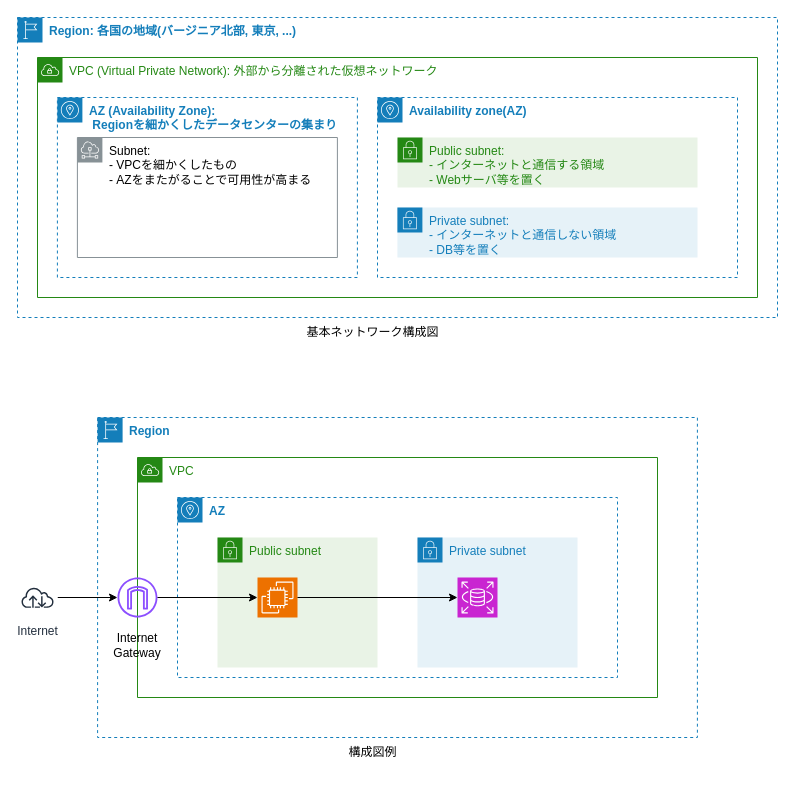
Gunj0/engineer-memo keeps this draw.io diagram as 40_Cloud/AWS/08_ネットワーク図.dio. Above is the earlier version. Source tidied: cells renumbered, new cells numbered last; positions are measured from the earlier drawing's top-left corner, leaving out a move shared by most shapes. Both pictures are drawn from the tidied source at 100%, with x=0, y=0 at pixel (17, 17).
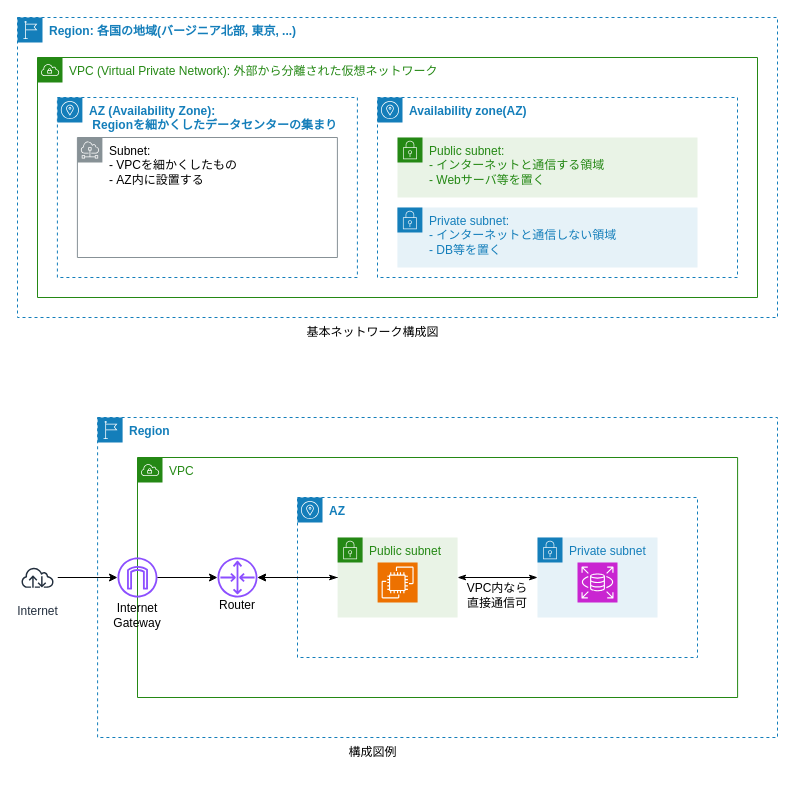
Above is the later version.

The change refers to these unchanged cells:
```xml
<mxCell id="15" value="&lt;font color=&quot;#248814&quot;&gt;VPC (Virtual Private Network): 外部から分離された仮想ネットワーク&lt;/font&gt;" style="gradientColor=none;html=1;whiteSpace=wrap;fontSize=12;fontStyle=0;shape=mxgraph.aws4.group;grIcon=mxgraph.aws4.group_vpc;strokeColor=#248814;fillColor=none;verticalAlign=top;align=left;spacingLeft=30;fontColor=#AAB7B8;dashed=0;" parent="14" vertex="1">
  <mxGeometry x="20" y="40" width="720" height="240" as="geometry" />
</mxCell>
```

Change to the diagram source:
```diff
@@
-    <mxCell id="2" style="edgeStyle=none;html=1;fontColor=#000;" parent="1" edge="1" source="21" target="12">
-      <mxGeometry relative="1" as="geometry" />
-    </mxCell>
     <mxCell id="3" value="Region" style="gradientColor=none;html=1;whiteSpace=wrap;fontSize=12;fontStyle=1;shape=mxgraph.aws4.group;grIcon=mxgraph.aws4.group_region;strokeColor=#147EBA;fillColor=none;verticalAlign=top;align=left;spacingLeft=30;fontColor=#147EBA;dashed=1;" parent="1" vertex="1">
-      <mxGeometry x="80.1" y="400" width="599.8" height="320" as="geometry" />
+      <mxGeometry x="80.1" y="400" width="679.9" height="320" as="geometry" />
     </mxCell>
     <mxCell id="4" value="&lt;font color=&quot;#248814&quot;&gt;VPC&lt;/font&gt;" style="gradientColor=none;html=1;whiteSpace=wrap;fontSize=12;fontStyle=0;shape=mxgraph.aws4.group;grIcon=mxgraph.aws4.group_vpc;strokeColor=#248814;fillColor=none;verticalAlign=top;align=left;spacingLeft=30;fontColor=#AAB7B8;dashed=0;" parent="3" vertex="1">
-      <mxGeometry x="39.9" y="40" width="520" height="240" as="geometry" />
+      <mxGeometry x="39.9" y="40" width="600.1" height="240" as="geometry" />
     </mxCell>
     <mxCell id="5" value="&lt;font color=&quot;#147eba&quot;&gt;AZ&lt;/font&gt;" style="sketch=0;gradientColor=none;html=1;whiteSpace=wrap;fontSize=12;fontStyle=1;shape=mxgraph.aws4.group;grIcon=mxgraph.aws4.group_availability_zone;strokeColor=#147EBA;fillColor=none;verticalAlign=top;align=left;spacingLeft=30;fontColor=#545B64;dashed=1;" parent="4" vertex="1">
-      <mxGeometry x="40" y="40" width="440" height="180" as="geometry" />
+      <mxGeometry x="160" y="40" width="400" height="160" as="geometry" />
     </mxCell>
     <mxCell id="6" value="Private subnet" style="points=[[0,0],[0.25,0],[0.5,0],[0.75,0],[1,0],[1,0.25],[1,0.5],[1,0.75],[1,1],[0.75,1],[0.5,1],[0.25,1],[0,1],[0,0.75],[0,0.5],[0,0.25]];outlineConnect=0;gradientColor=none;html=1;whiteSpace=wrap;fontSize=12;fontStyle=0;shape=mxgraph.aws4.group;grIcon=mxgraph.aws4.group_security_group;grStroke=0;strokeColor=#147EBA;fillColor=#E6F2F8;verticalAlign=top;align=left;spacingLeft=30;fontColor=#147EBA;dashed=0;" parent="4" vertex="1">
-      <mxGeometry x="280" y="80" width="160" height="130" as="geometry" />
+      <mxGeometry x="400" y="80" width="120" height="80" as="geometry" />
     </mxCell>
     <mxCell id="7" value="Public subnet" style="points=[[0,0],[0.25,0],[0.5,0],[0.75,0],[1,0],[1,0.25],[1,0.5],[1,0.75],[1,1],[0.75,1],[0.5,1],[0.25,1],[0,1],[0,0.75],[0,0.5],[0,0.25]];outlineConnect=0;gradientColor=none;html=1;whiteSpace=wrap;fontSize=12;fontStyle=0;shape=mxgraph.aws4.group;grIcon=mxgraph.aws4.group_security_group;grStroke=0;strokeColor=#248814;fillColor=#E9F3E6;verticalAlign=top;align=left;spacingLeft=30;fontColor=#248814;dashed=0;" parent="4" vertex="1">
-      <mxGeometry x="80" y="80" width="160" height="130" as="geometry" />
+      <mxGeometry x="200.1" y="80" width="120" height="80" as="geometry" />
     </mxCell>
+    <mxCell id="9" style="edgeStyle=none;html=1;fontColor=#000;startArrow=classicThin;startFill=1;endArrow=classicThin;endFill=1;" parent="4" edge="1" source="7" target="6">
+      <mxGeometry relative="1" as="geometry" />
+    </mxCell>
+    <mxCell id="24" style="edgeStyle=none;html=1;fontColor=#000;" parent="4" edge="1" source="7" target="25">
+      <mxGeometry relative="1" as="geometry" />
+    </mxCell>
+    <mxCell id="25" style="sketch=0;outlineConnect=0;fontColor=#232F3E;gradientColor=none;fillColor=#8C4FFF;strokeColor=none;dashed=0;verticalLabelPosition=bottom;verticalAlign=top;align=center;html=1;fontSize=12;fontStyle=0;shape=mxgraph.aws4.router;" parent="4" vertex="1">
+      <mxGeometry x="80" y="100" width="40" height="40" as="geometry" />
+    </mxCell>
+    <mxCell id="13" style="edgeStyle=none;html=1;fontColor=#000;startArrow=classicThin;startFill=1;endArrow=classicThin;endFill=1;" parent="4" edge="1" source="25" target="7">
+      <mxGeometry relative="1" as="geometry" />
+    </mxCell>
+    <mxCell id="26" value="&lt;font color=&quot;#000000&quot;&gt;Router&lt;/font&gt;" style="rounded=0;whiteSpace=wrap;html=1;strokeColor=none;fontColor=#248814;fillColor=none;" parent="4" vertex="1">
+      <mxGeometry x="60" y="130" width="80" height="35" as="geometry" />
+    </mxCell>
-    <mxCell id="8" style="sketch=0;points=[[0,0,0],[0.25,0,0],[0.5,0,0],[0.75,0,0],[1,0,0],[0,1,0],[0.25,1,0],[0.5,1,0],[0.75,1,0],[1,1,0],[0,0.25,0],[0,0.5,0],[0,0.75,0],[1,0.25,0],[1,0.5,0],[1,0.75,0]];outlineConnect=0;fontColor=#232F3E;fillColor=#ED7100;strokeColor=#ffffff;dashed=0;verticalLabelPosition=bottom;verticalAlign=top;align=center;html=1;fontSize=12;fontStyle=0;shape=mxgraph.aws4.resourceIcon;resIcon=mxgraph.aws4.ec2;" parent="7" vertex="1">
-      <mxGeometry x="40" y="40" width="40" height="40" as="geometry" />
+    <mxCell id="8" style="sketch=0;points=[[0,0,0],[0.25,0,0],[0.5,0,0],[0.75,0,0],[1,0,0],[0,1,0],[0.25,1,0],[0.5,1,0],[0.75,1,0],[1,1,0],[0,0.25,0],[0,0.5,0],[0,0.75,0],[1,0.25,0],[1,0.5,0],[1,0.75,0]];outlineConnect=0;fontColor=#232F3E;fillColor=#ED7100;strokeColor=#ffffff;dashed=0;verticalLabelPosition=bottom;verticalAlign=top;align=center;html=1;fontSize=12;fontStyle=0;shape=mxgraph.aws4.resourceIcon;resIcon=mxgraph.aws4.ec2;" parent="4" vertex="1">
+      <mxGeometry x="240.1" y="105" width="40" height="40" as="geometry" />
     </mxCell>
-    <mxCell id="9" style="edgeStyle=none;html=1;exitX=1;exitY=0.5;exitDx=0;exitDy=0;fontColor=#000;exitPerimeter=0;entryX=0;entryY=0.5;entryDx=0;entryDy=0;entryPerimeter=0;" parent="4" edge="1" source="8" target="11">
-      <mxGeometry relative="1" as="geometry" />
-    </mxCell>
+    <mxCell id="11" style="sketch=0;points=[[0,0,0],[0.25,0,0],[0.5,0,0],[0.75,0,0],[1,0,0],[0,1,0],[0.25,1,0],[0.5,1,0],[0.75,1,0],[1,1,0],[0,0.25,0],[0,0.5,0],[0,0.75,0],[1,0.25,0],[1,0.5,0],[1,0.75,0]];outlineConnect=0;fontColor=#232F3E;fillColor=#C925D1;strokeColor=#ffffff;dashed=0;verticalLabelPosition=bottom;verticalAlign=top;align=center;html=1;fontSize=12;fontStyle=0;shape=mxgraph.aws4.resourceIcon;resIcon=mxgraph.aws4.rds;" parent="4" vertex="1">
+      <mxGeometry x="440" y="105" width="40" height="40" as="geometry" />
+    </mxCell>
+    <mxCell id="27" value="&lt;div&gt;&lt;font color=&quot;#000000&quot;&gt;VPC内なら&lt;/font&gt;&lt;/div&gt;&lt;font color=&quot;#000000&quot;&gt;直接通信可&lt;/font&gt;" style="rounded=0;whiteSpace=wrap;html=1;strokeColor=none;fontColor=#248814;fillColor=none;" parent="4" vertex="1">
+      <mxGeometry x="320.1" y="120" width="80" height="35" as="geometry" />
+    </mxCell>
+    <mxCell id="2" style="edgeStyle=none;html=1;fontColor=#000;" parent="4" edge="1" source="21" target="12">
+      <mxGeometry relative="1" as="geometry" />
+    </mxCell>
+    <mxCell id="12" style="sketch=0;outlineConnect=0;fontColor=#232F3E;gradientColor=none;fillColor=#8C4FFF;strokeColor=none;dashed=0;verticalLabelPosition=bottom;verticalAlign=top;align=center;html=1;fontSize=12;fontStyle=0;shape=mxgraph.aws4.internet_gateway;" parent="4" vertex="1">
+      <mxGeometry x="-20" y="100" width="40" height="40" as="geometry" />
+    </mxCell>
     <mxCell id="10" value="&lt;font color=&quot;#000000&quot;&gt;Internet&lt;br&gt;Gateway&lt;/font&gt;" style="rounded=0;whiteSpace=wrap;html=1;strokeColor=none;fontColor=#248814;fillColor=none;" parent="4" vertex="1">
-      <mxGeometry x="-40" y="170" width="80" height="35" as="geometry" />
+      <mxGeometry x="-40" y="140" width="80" height="35" as="geometry" />
     </mxCell>
-    <mxCell id="11" style="sketch=0;points=[[0,0,0],[0.25,0,0],[0.5,0,0],[0.75,0,0],[1,0,0],[0,1,0],[0.25,1,0],[0.5,1,0],[0.75,1,0],[1,1,0],[0,0.25,0],[0,0.5,0],[0,0.75,0],[1,0.25,0],[1,0.5,0],[1,0.75,0]];outlineConnect=0;fontColor=#232F3E;fillColor=#C925D1;strokeColor=#ffffff;dashed=0;verticalLabelPosition=bottom;verticalAlign=top;align=center;html=1;fontSize=12;fontStyle=0;shape=mxgraph.aws4.resourceIcon;resIcon=mxgraph.aws4.rds;" parent="4" vertex="1">
-      <mxGeometry x="320" y="120" width="40" height="40" as="geometry" />
-    </mxCell>
-    <mxCell id="12" style="sketch=0;outlineConnect=0;fontColor=#232F3E;gradientColor=none;fillColor=#8C4FFF;strokeColor=none;dashed=0;verticalLabelPosition=bottom;verticalAlign=top;align=center;html=1;fontSize=12;fontStyle=0;shape=mxgraph.aws4.internet_gateway;" parent="3" vertex="1">
-      <mxGeometry x="19.9" y="160" width="40" height="40" as="geometry" />
-    </mxCell>
-    <mxCell id="13" style="edgeStyle=none;html=1;fontColor=#000;entryX=0;entryY=0.5;entryDx=0;entryDy=0;entryPerimeter=0;" parent="3" edge="1" source="12" target="8">
-      <mxGeometry relative="1" as="geometry" />
-    </mxCell>
+    <mxCell id="21" value="Internet" style="sketch=0;outlineConnect=0;fontColor=#232F3E;gradientColor=none;strokeColor=#232F3E;fillColor=#ffffff;dashed=0;verticalLabelPosition=bottom;verticalAlign=top;align=center;html=1;fontSize=12;fontStyle=0;shape=mxgraph.aws4.resourceIcon;resIcon=mxgraph.aws4.internet;" parent="4" vertex="1">
+      <mxGeometry x="-120" y="100" width="40" height="40" as="geometry" />
+    </mxCell>
+    <mxCell id="28" style="edgeStyle=none;html=1;fontColor=#000;entryX=0;entryY=0.5;entryDx=0;entryDy=0;entryPerimeter=0;" parent="4" edge="1" source="12" target="25">
+      <mxGeometry relative="1" as="geometry" />
+    </mxCell>
@@
-    <mxCell id="18" value="&lt;font color=&quot;#000000&quot;&gt;Subnet:&lt;br&gt;- VPCを細かくしたもの&lt;br&gt;- AZをまたがることで可用性が高まる&lt;br&gt;&lt;/font&gt;" style="sketch=0;gradientColor=none;html=1;whiteSpace=wrap;fontSize=12;fontStyle=0;shape=mxgraph.aws4.group;grIcon=mxgraph.aws4.group_subnet;strokeColor=#879196;fillColor=none;verticalAlign=top;align=left;spacingLeft=30;fontColor=#879196;dashed=0;" parent="15" vertex="1">
+    <mxCell id="18" value="&lt;font color=&quot;#000000&quot;&gt;Subnet:&lt;br&gt;- VPCを細かくしたもの&lt;br&gt;- AZ内に設置する&lt;br&gt;&lt;/font&gt;" style="sketch=0;gradientColor=none;html=1;whiteSpace=wrap;fontSize=12;fontStyle=0;shape=mxgraph.aws4.group;grIcon=mxgraph.aws4.group_subnet;strokeColor=#879196;fillColor=none;verticalAlign=top;align=left;spacingLeft=30;fontColor=#879196;dashed=0;" parent="15" vertex="1">
       <mxGeometry x="39.9" y="80" width="260" height="120" as="geometry" />
     </mxCell>
     <mxCell id="19" value="Public subnet:&lt;br&gt;- インターネットと通信する領域&lt;div&gt;&lt;span style=&quot;color: rgb(36, 136, 20);&quot;&gt;- Webサーバ等を置く&lt;/span&gt;&lt;/div&gt;" style="gradientColor=none;html=1;whiteSpace=wrap;fontSize=12;fontStyle=0;shape=mxgraph.aws4.group;grIcon=mxgraph.aws4.group_security_group;grStroke=0;strokeColor=#248814;fillColor=#E9F3E6;verticalAlign=top;align=left;spacingLeft=30;fontColor=#248814;dashed=0;" parent="15" vertex="1">
-      <mxGeometry x="360" y="80" width="300" height="50" as="geometry" />
+      <mxGeometry x="360" y="80" width="300" height="60" as="geometry" />
     </mxCell>
     <mxCell id="20" value="Private subnet:&lt;br&gt;- インターネットと通信しない領域&lt;div&gt;&lt;span style=&quot;color: rgb(20, 126, 186);&quot;&gt;-&amp;nbsp;&lt;/span&gt;&lt;span style=&quot;color: rgb(20, 126, 186); background-color: transparent;&quot;&gt;DB等を置く&lt;/span&gt;&lt;/div&gt;" style="gradientColor=none;html=1;whiteSpace=wrap;fontSize=12;fontStyle=0;shape=mxgraph.aws4.group;grIcon=mxgraph.aws4.group_security_group;grStroke=0;strokeColor=#147EBA;fillColor=#E6F2F8;verticalAlign=top;align=left;spacingLeft=30;fontColor=#147EBA;dashed=0;" parent="15" vertex="1">
-      <mxGeometry x="359.9" y="150" width="300.1" height="50" as="geometry" />
+      <mxGeometry x="359.9" y="150" width="300.1" height="60" as="geometry" />
     </mxCell>
-    <mxCell id="21" value="Internet" style="sketch=0;outlineConnect=0;fontColor=#232F3E;gradientColor=none;strokeColor=#232F3E;fillColor=#ffffff;dashed=0;verticalLabelPosition=bottom;verticalAlign=top;align=center;html=1;fontSize=12;fontStyle=0;shape=mxgraph.aws4.resourceIcon;resIcon=mxgraph.aws4.internet;" parent="1" vertex="1">
-      <mxGeometry y="560" width="40" height="40" as="geometry" />
-    </mxCell>
```
